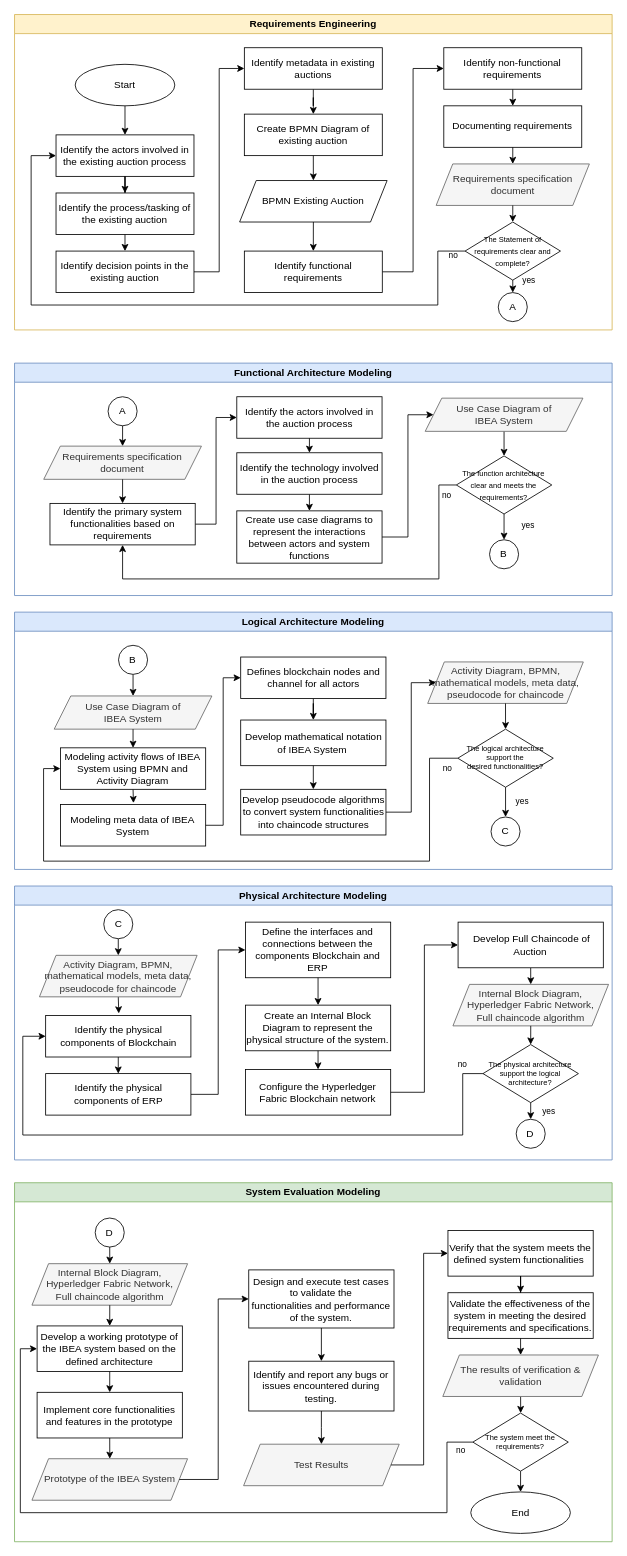
Above: Method Final Theis.drawio in ariesharry/Diagrams (draw.io), before the change. Source tidied: cells renumbered, new cells numbered last; positions are measured from the earlier drawing's top-left corner, leaving out a move shared by most shapes. Both pictures are drawn from the tidied source at 83%, with x=0, y=0 at pixel (14, 14).
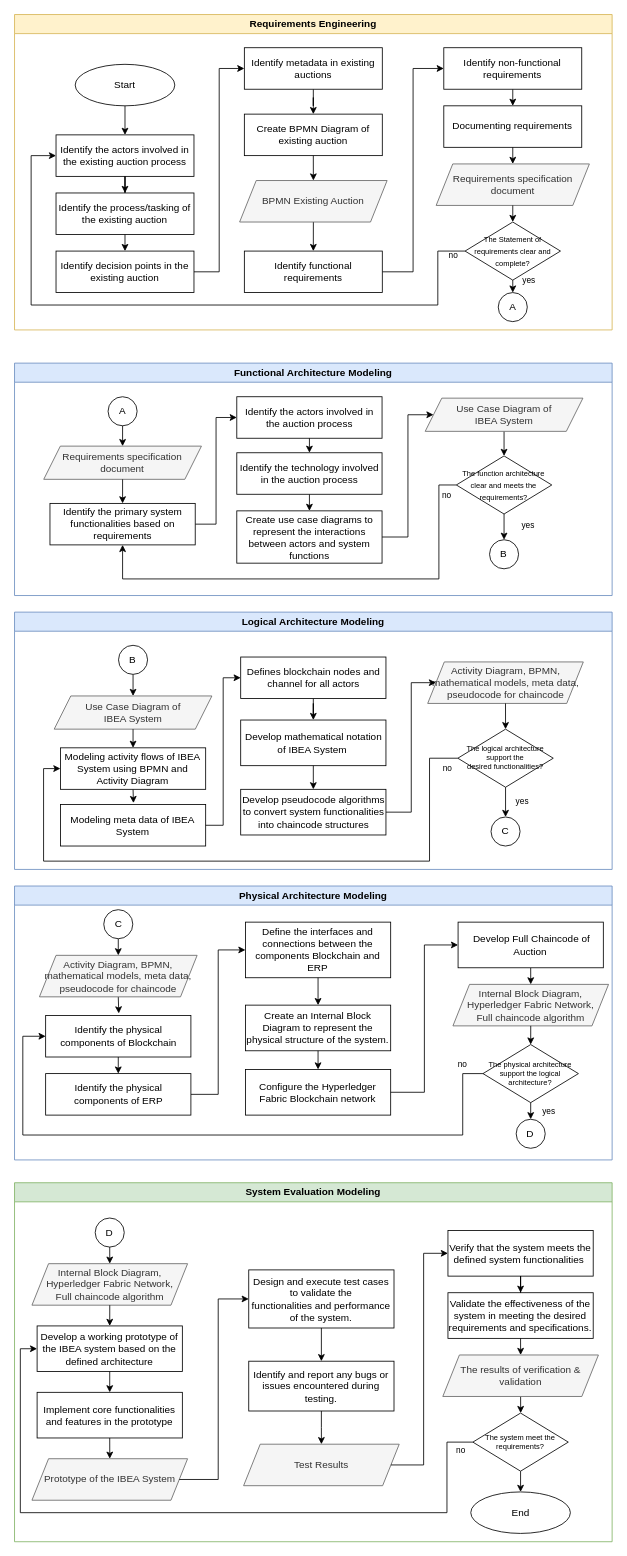
The same page after the edit.

The change refers to these unchanged cells:
```xml
<mxCell id="23" value="Requirements Engineering" style="swimlane;whiteSpace=wrap;html=1;fillColor=#fff2cc;strokeColor=#d6b656;" parent="1" vertex="1">
  <mxGeometry width="720" height="380" as="geometry" />
</mxCell>
```

What changed in the source:
```diff
@@
-    <mxCell id="28" value="&lt;div&gt;BPMN Existing Auction&lt;/div&gt;" style="shape=parallelogram;perimeter=parallelogramPerimeter;whiteSpace=wrap;html=1;fixedSize=1;" parent="23" vertex="1">
+    <mxCell id="28" value="&lt;div&gt;BPMN Existing Auction&lt;/div&gt;" style="shape=parallelogram;perimeter=parallelogramPerimeter;whiteSpace=wrap;html=1;fixedSize=1;fillColor=#f5f5f5;fontColor=#333333;strokeColor=#666666;" parent="23" vertex="1">
       <mxGeometry x="271.2" y="200" width="177.7" height="50" as="geometry" />
     </mxCell>
```
